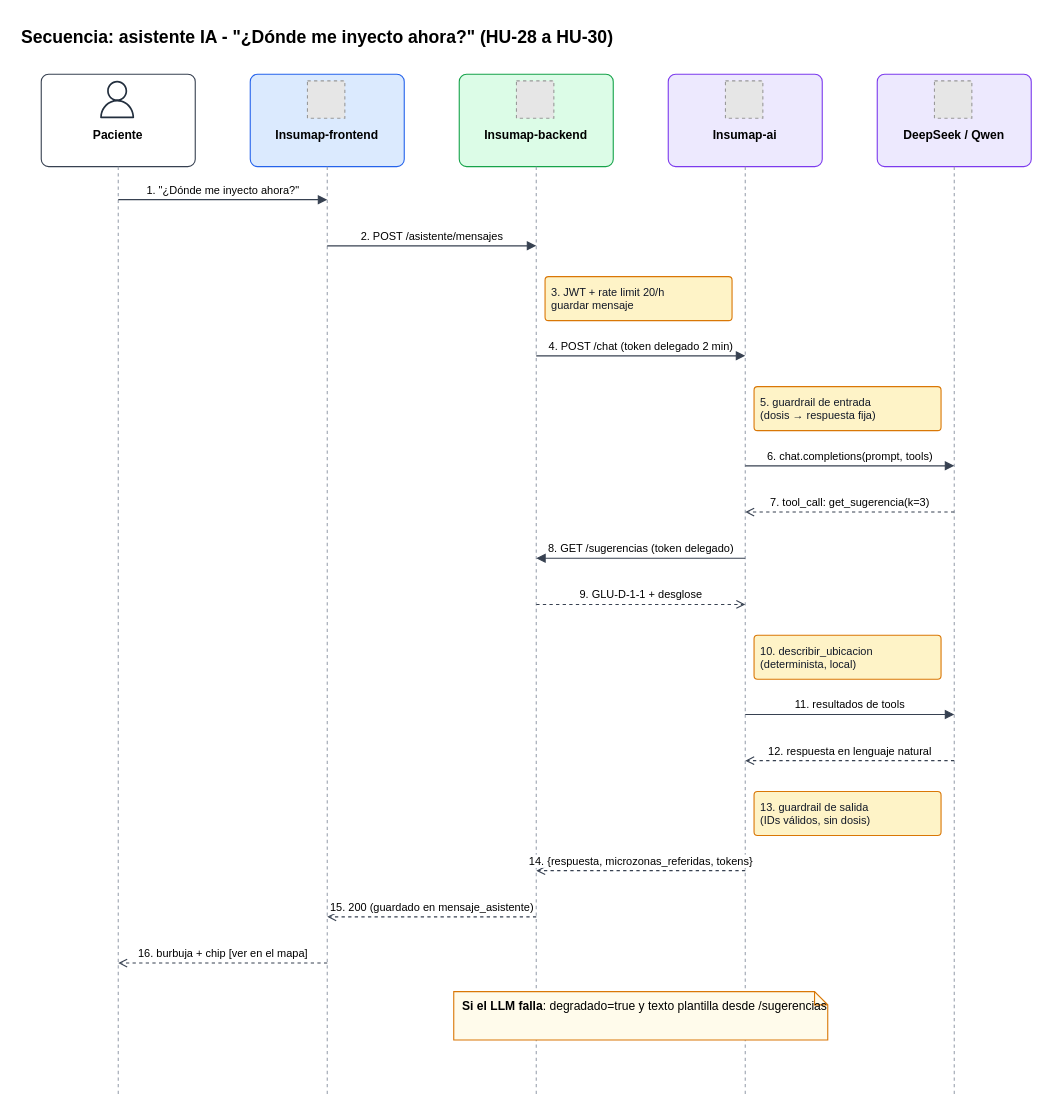
The draw.io diagram docs/images/seq-asistente.drawio in NicoalsD/Insumap-backend, before the edit. Source tidied: cells renumbered, new cells numbered last; positions are measured from the earlier drawing's top-left corner, leaving out a move shared by most shapes. Both pictures are drawn from the tidied source at 110%, with x=0, y=0 at pixel (19, 19). Pictures stored in the file or linked from it are replaced by grey dashed boxes.
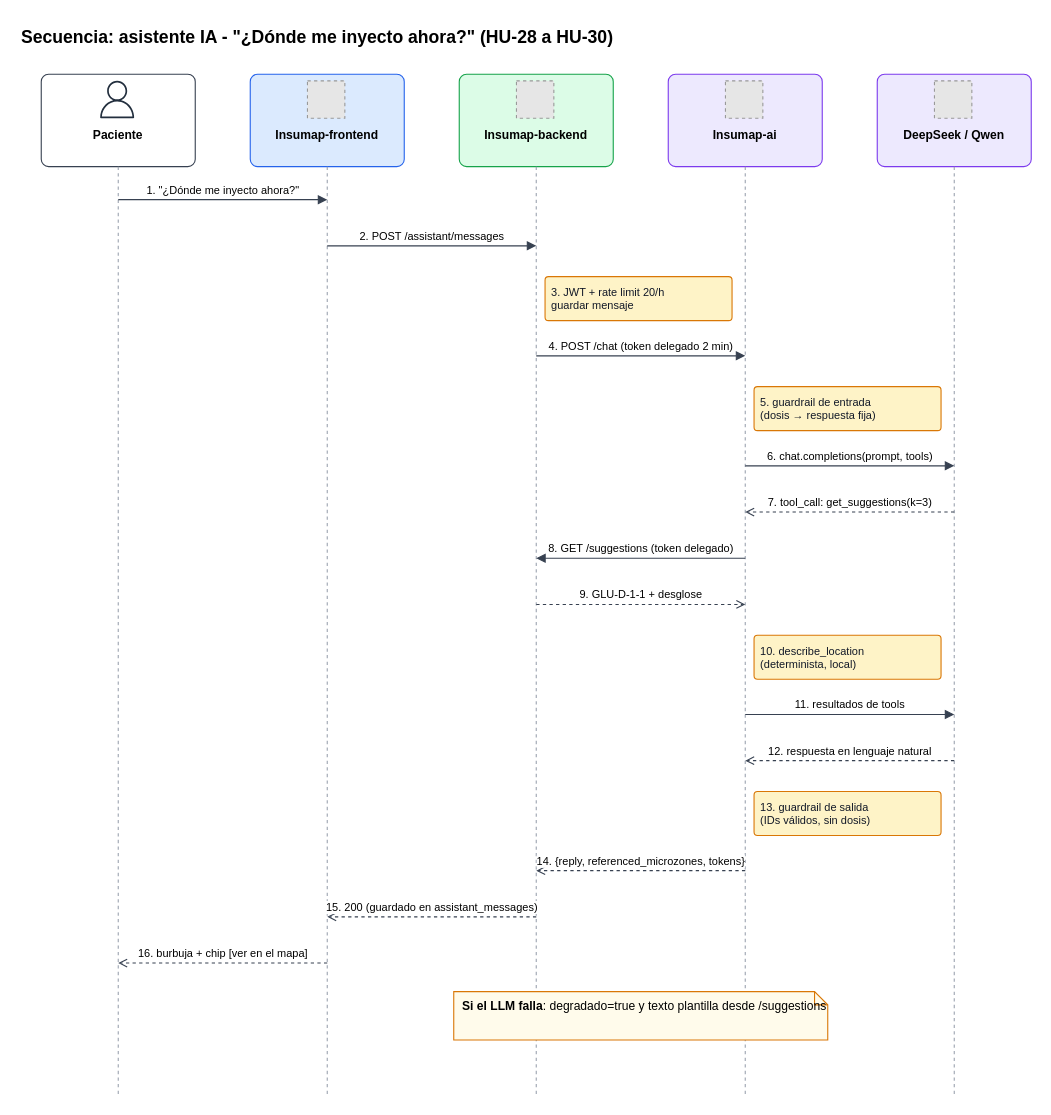
The same page after the edit.

Change to the diagram source:
```diff
@@
-    <mxCell id="24" value="2. POST /asistente/mensajes" style="html=1;endArrow=block;endFill=1;strokeColor=#374151;fontFamily=Helvetica;fontSize=10;labelBackgroundColor=#FFFFFF;verticalAlign=bottom;" parent="1" edge="1">
+    <mxCell id="24" value="2. POST /assistant/messages" style="html=1;endArrow=block;endFill=1;strokeColor=#374151;fontFamily=Helvetica;fontSize=10;labelBackgroundColor=#FFFFFF;verticalAlign=bottom;" parent="1" edge="1">
       <mxGeometry relative="1" as="geometry">
         <mxPoint x="280" y="206" as="sourcePoint" />
         <mxPoint x="470" y="206" as="targetPoint" />
       </mxGeometry>
     </mxCell>
@@
-    <mxCell id="29" value="7. tool_call: get_sugerencia(k=3)" style="html=1;endArrow=block;endFill=1;strokeColor=#374151;fontFamily=Helvetica;fontSize=10;labelBackgroundColor=#FFFFFF;verticalAlign=bottom;dashed=1;endFill=0;endArrow=open;" parent="1" edge="1">
+    <mxCell id="29" value="7. tool_call: get_suggestions(k=3)" style="html=1;endArrow=block;endFill=1;strokeColor=#374151;fontFamily=Helvetica;fontSize=10;labelBackgroundColor=#FFFFFF;verticalAlign=bottom;dashed=1;endFill=0;endArrow=open;" parent="1" edge="1">
       <mxGeometry relative="1" as="geometry">
         <mxPoint x="850" y="448" as="sourcePoint" />
         <mxPoint x="660" y="448" as="targetPoint" />
       </mxGeometry>
     </mxCell>
-    <mxCell id="30" value="8. GET /sugerencias (token delegado)" style="html=1;endArrow=block;endFill=1;strokeColor=#374151;fontFamily=Helvetica;fontSize=10;labelBackgroundColor=#FFFFFF;verticalAlign=bottom;" parent="1" edge="1">
+    <mxCell id="30" value="8. GET /suggestions (token delegado)" style="html=1;endArrow=block;endFill=1;strokeColor=#374151;fontFamily=Helvetica;fontSize=10;labelBackgroundColor=#FFFFFF;verticalAlign=bottom;" parent="1" edge="1">
       <mxGeometry relative="1" as="geometry">
         <mxPoint x="660" y="490" as="sourcePoint" />
         <mxPoint x="470" y="490" as="targetPoint" />
       </mxGeometry>
     </mxCell>
@@
-    <mxCell id="32" value="10. describir_ubicacion&lt;br&gt;(determinista, local)" style="rounded=1;whiteSpace=wrap;html=1;arcSize=8;fillColor=#FEF3C7;strokeColor=#D97706;fontColor=#111827;fontFamily=Helvetica;fontSize=12;fontSize=10;align=left;spacingLeft=4;" parent="1" vertex="1">
+    <mxCell id="32" value="10. describe_location&lt;br&gt;(determinista, local)" style="rounded=1;whiteSpace=wrap;html=1;arcSize=8;fillColor=#FEF3C7;strokeColor=#D97706;fontColor=#111827;fontFamily=Helvetica;fontSize=12;fontSize=10;align=left;spacingLeft=4;" parent="1" vertex="1">
       <mxGeometry x="668" y="560" width="170" height="40" as="geometry" />
     </mxCell>
@@
-    <mxCell id="36" value="14. {respuesta, microzonas_referidas, tokens}" style="html=1;endArrow=block;endFill=1;strokeColor=#374151;fontFamily=Helvetica;fontSize=10;labelBackgroundColor=#FFFFFF;verticalAlign=bottom;dashed=1;endFill=0;endArrow=open;" parent="1" edge="1">
+    <mxCell id="36" value="14. {reply, referenced_microzones, tokens}" style="html=1;endArrow=block;endFill=1;strokeColor=#374151;fontFamily=Helvetica;fontSize=10;labelBackgroundColor=#FFFFFF;verticalAlign=bottom;dashed=1;endFill=0;endArrow=open;" parent="1" edge="1">
       <mxGeometry relative="1" as="geometry">
         <mxPoint x="660" y="774" as="sourcePoint" />
         <mxPoint x="470" y="774" as="targetPoint" />
       </mxGeometry>
     </mxCell>
-    <mxCell id="37" value="15. 200 (guardado en mensaje_asistente)" style="html=1;endArrow=block;endFill=1;strokeColor=#374151;fontFamily=Helvetica;fontSize=10;labelBackgroundColor=#FFFFFF;verticalAlign=bottom;dashed=1;endFill=0;endArrow=open;" parent="1" edge="1">
+    <mxCell id="37" value="15. 200 (guardado en assistant_messages)" style="html=1;endArrow=block;endFill=1;strokeColor=#374151;fontFamily=Helvetica;fontSize=10;labelBackgroundColor=#FFFFFF;verticalAlign=bottom;dashed=1;endFill=0;endArrow=open;" parent="1" edge="1">
       <mxGeometry relative="1" as="geometry">
         <mxPoint x="470" y="816" as="sourcePoint" />
         <mxPoint x="280" y="816" as="targetPoint" />
       </mxGeometry>
     </mxCell>
@@
-    <mxCell id="39" value="&lt;b&gt;Si el LLM falla&lt;/b&gt;: degradado=true y texto plantilla desde /sugerencias" style="shape=note;size=12;whiteSpace=wrap;html=1;fillColor=#FFFBEB;strokeColor=#D97706;fontFamily=Helvetica;fontSize=11;align=left;spacingLeft=6;verticalAlign=top;" parent="1" vertex="1">
+    <mxCell id="39" value="&lt;b&gt;Si el LLM falla&lt;/b&gt;: degradado=true y texto plantilla desde /suggestions" style="shape=note;size=12;whiteSpace=wrap;html=1;fillColor=#FFFBEB;strokeColor=#D97706;fontFamily=Helvetica;fontSize=11;align=left;spacingLeft=6;verticalAlign=top;" parent="1" vertex="1">
       <mxGeometry x="395" y="884" width="340" height="44" as="geometry" />
     </mxCell>
```
